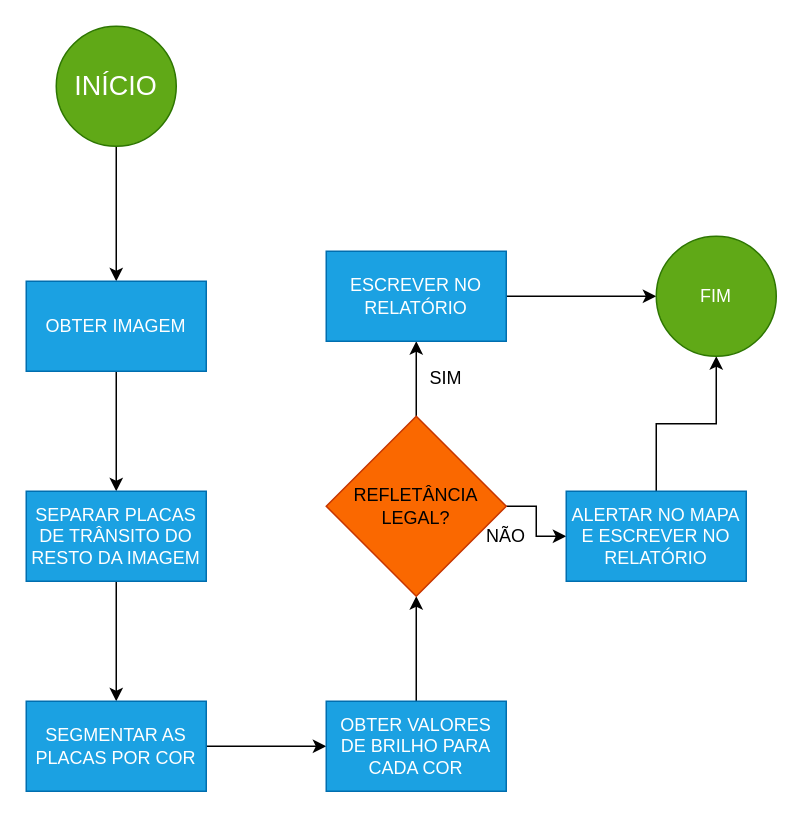
B4nr/computerVision keeps this draw.io diagram as Arteris.drawio. Above is the earlier version. Source tidied: cells renumbered, new cells numbered last; positions are measured from the earlier drawing's top-left corner, leaving out a move shared by most shapes. Both pictures are drawn from the tidied source at 150%, with x=0, y=0 at pixel (26, 26).
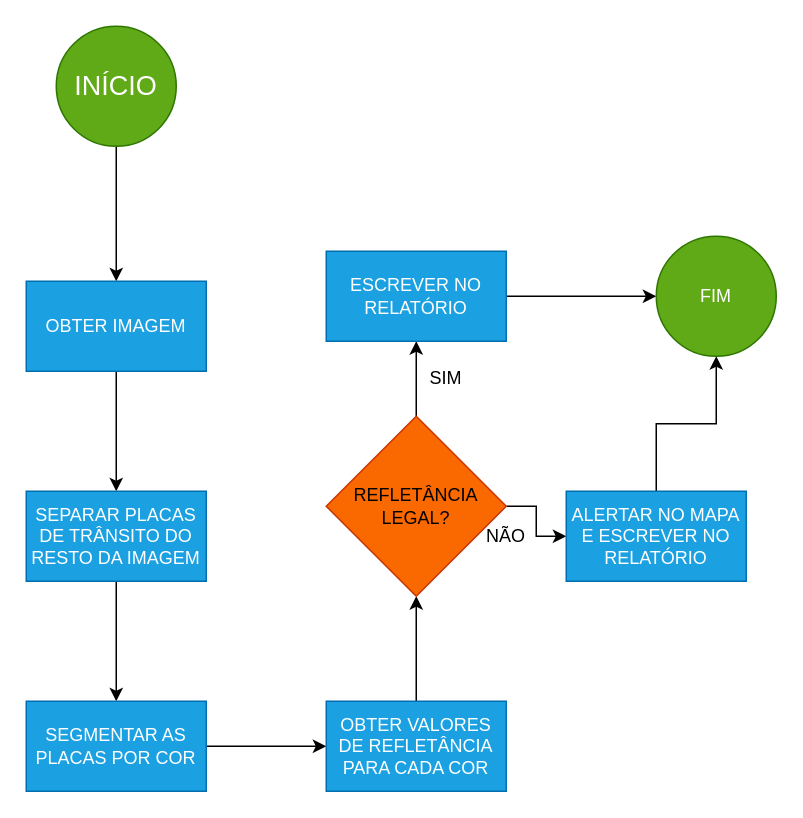
The same page after the edit.

What changed in the source:
```diff
@@
-    <mxCell id="11" value="OBTER VALORES DE BRILHO PARA CADA COR" style="whiteSpace=wrap;html=1;fillColor=#1ba1e2;fontColor=#ffffff;strokeColor=#006EAF;" parent="1" vertex="1">
+    <mxCell id="11" value="OBTER VALORES DE REFLETÂNCIA PARA CADA COR" style="whiteSpace=wrap;html=1;fillColor=#1ba1e2;fontColor=#ffffff;strokeColor=#006EAF;" parent="1" vertex="1">
       <mxGeometry x="200" y="450" width="120" height="60" as="geometry" />
     </mxCell>
```
